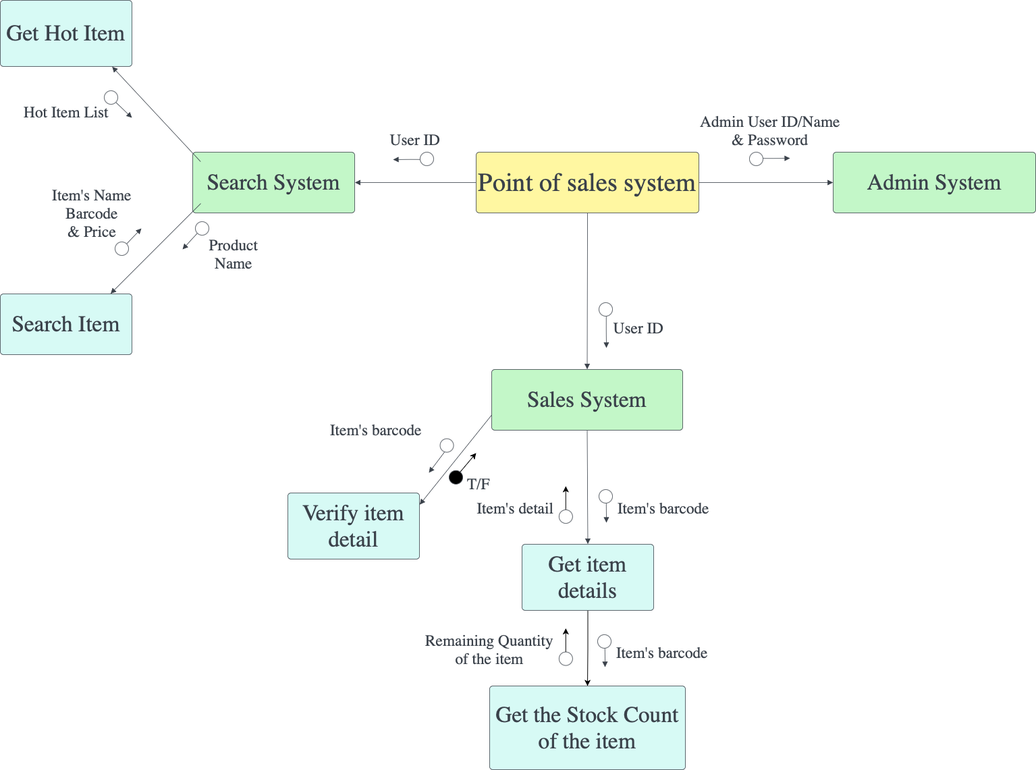
Before: Structure Chart.drawio.png, a diagram exported from draw.io (Charlie102308/SBA_Cloud). Source tidied: cells renumbered, new cells last; positions are measured from the earlier drawing's top-left corner, leaving out a move shared by most shapes.
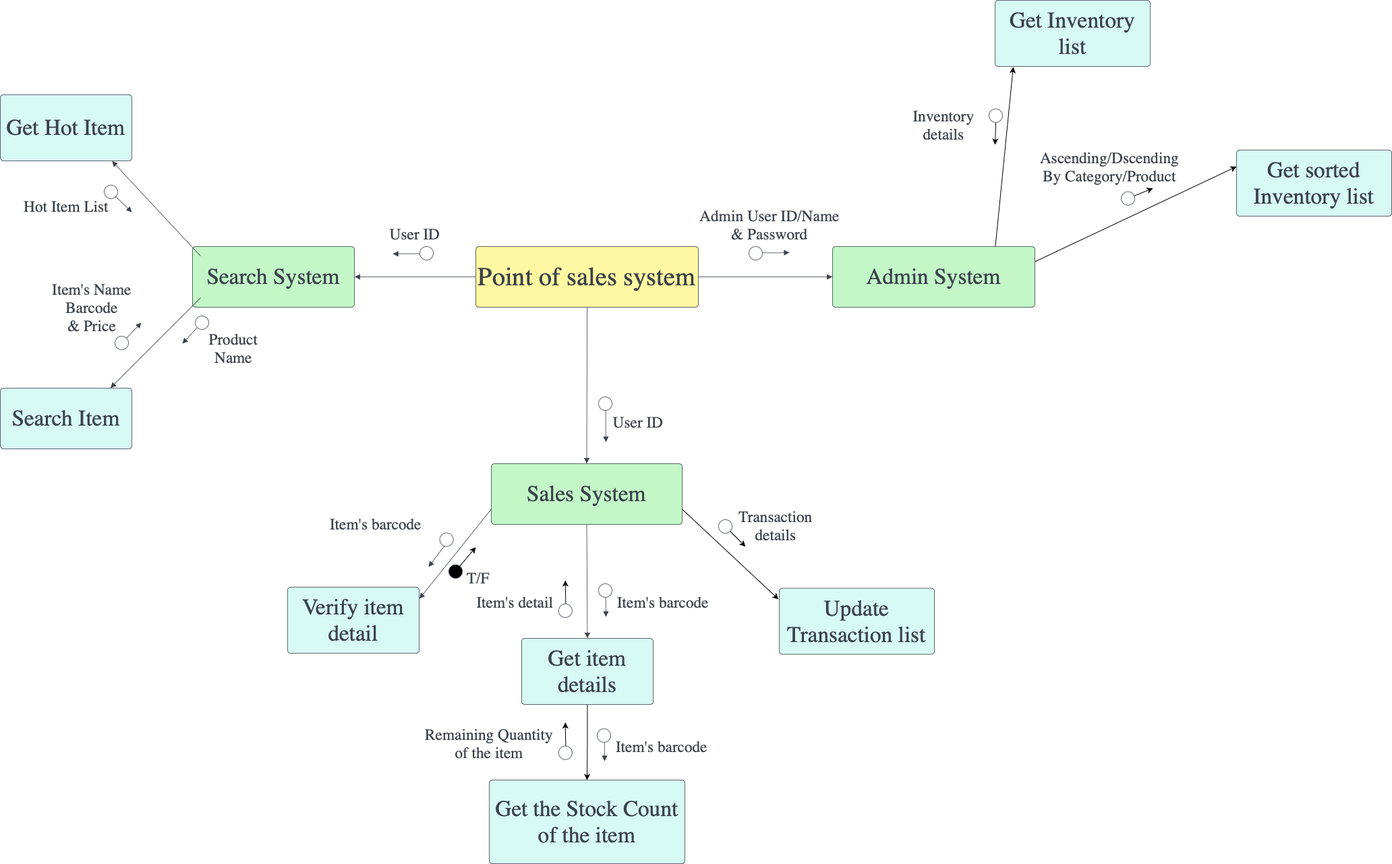
The same file after the commit.

Diff of the diagram source:
```diff
@@ -5,6 +5,9 @@
     <mxCell id="2" value="Point of sales system" style="html=1;overflow=block;blockSpacing=1;whiteSpace=wrap;fontSize=38.3;fontFamily=Liberation Serif;fontColor=#3a414a;spacing=3.8;strokeColor=#3a414a;strokeOpacity=100;fillOpacity=100;rounded=1;absoluteArcSize=1;arcSize=9;fillColor=#fff7a1;strokeWidth=0.8;lucidId=dBlwJSFc3kcC;" parent="1" vertex="1">
       <mxGeometry x="705" y="225" width="330" height="90" as="geometry" />
     </mxCell>
+    <mxCell id="67" style="rounded=0;jettySize=auto;html=1;entryX=-0.005;entryY=0.168;entryDx=0;entryDy=0;entryPerimeter=0;exitX=1;exitY=0.75;exitDx=0;exitDy=0;" parent="1" edge="1" source="3" target="70">
+      <mxGeometry relative="1" as="geometry" />
+    </mxCell>
     <mxCell id="3" value="Sales System" style="html=1;overflow=block;blockSpacing=1;whiteSpace=wrap;fontSize=33.3;fontFamily=Liberation Serif;fontColor=#3a414a;spacing=3.8;strokeColor=#3a414a;strokeOpacity=100;fillOpacity=100;rounded=1;absoluteArcSize=1;arcSize=9;fillColor=#c3f7c8;strokeWidth=0.8;lucidId=tOlwm~v3JJYX;" parent="1" vertex="1">
       <mxGeometry x="728" y="547" width="283" height="90" as="geometry" />
     </mxCell>
@@ -85,6 +88,12 @@
     <mxCell id="26" style="html=1;jettySize=18;whiteSpace=wrap;fontSize=13;strokeColor=#3a414a;strokeOpacity=100;strokeWidth=0.8;rounded=0;startArrow=none;endArrow=block;endFill=1;exitX=0.5;exitY=1.004;exitPerimeter=0;entryX=0.5;entryY=-0.004;entryPerimeter=0;lucidId=sZowDsm93h3P;" parent="1" edge="1" source="2" target="3">
       <mxGeometry relative="1" as="geometry" />
     </mxCell>
+    <mxCell id="68" style="edgeStyle=none;rounded=0;jettySize=auto;html=1;entryX=0.117;entryY=1.009;entryDx=0;entryDy=0;entryPerimeter=0;exitX=0.803;exitY=0.056;exitDx=0;exitDy=0;exitPerimeter=0;" parent="1" edge="1" source="27" target="75">
+      <mxGeometry relative="1" as="geometry" />
+    </mxCell>
+    <mxCell id="69" style="edgeStyle=none;rounded=0;jettySize=auto;html=1;exitX=1;exitY=0.25;exitDx=0;exitDy=0;entryX=0;entryY=0.25;entryDx=0;entryDy=0;" parent="1" edge="1" source="27" target="80">
+      <mxGeometry relative="1" as="geometry" />
+    </mxCell>
     <mxCell id="27" value="Admin System" style="html=1;overflow=block;blockSpacing=1;whiteSpace=wrap;fontSize=33.3;fontFamily=Liberation Serif;fontColor=#3a414a;spacing=3.8;strokeColor=#3a414a;strokeOpacity=100;fillOpacity=100;rounded=1;absoluteArcSize=1;arcSize=9;fillColor=#c3f7c8;strokeWidth=0.8;lucidId=o1owwLro4TEI;" parent="1" vertex="1">
       <mxGeometry x="1234" y="225" width="300" height="90" as="geometry" />
     </mxCell>
@@ -224,5 +233,56 @@
     <mxCell id="66" value="Item's detail" style="text;html=1;strokeColor=none;fillColor=none;align=center;verticalAlign=middle;whiteSpace=wrap;rounded=0;fontSize=23.3;fontFamily=Liberation Serif;fontColor=#3a414a;" parent="1" vertex="1">
       <mxGeometry x="705" y="731.5" width="117" height="43.9" as="geometry" />
     </mxCell>
+    <mxCell id="70" value="Update Transaction list" style="html=1;overflow=block;blockSpacing=1;whiteSpace=wrap;fontSize=33.3;fontFamily=Liberation Serif;fontColor=#3a414a;spacing=9;strokeColor=#3a414a;strokeOpacity=100;fillOpacity=100;rounded=1;absoluteArcSize=1;arcSize=9;fillColor=#d7faf5;strokeWidth=0.8;lucidId=V5owFbRvyP36;" parent="1" vertex="1">
+      <mxGeometry x="1155" y="731.5" width="230" height="98" as="geometry" />
+    </mxCell>
+    <mxCell id="71" style="group;" parent="1" vertex="1">
+      <mxGeometry x="1065" y="630" width="20" height="48.5" as="geometry" />
+    </mxCell>
+    <mxCell id="72" style="rounded=0;jettySize=auto;html=1;exitX=1;exitY=0;exitDx=0;exitDy=0;" parent="71" edge="1" source="73">
+      <mxGeometry relative="1" as="geometry">
+        <mxPoint x="40" y="40" as="targetPoint" />
+      </mxGeometry>
+    </mxCell>
+    <mxCell id="73" style="html=1;overflow=block;blockSpacing=1;whiteSpace=wrap;ellipse;fontSize=13;spacing=3.8;strokeColor=#3a414a;strokeOpacity=100;rounded=1;absoluteArcSize=1;arcSize=9;rotation=90;strokeWidth=0.8;lucidId=Q9owK0.Er2I1;" parent="71" vertex="1">
+      <mxGeometry width="20" height="20" as="geometry" />
+    </mxCell>
+    <mxCell id="74" value="Transaction details" style="html=1;overflow=block;blockSpacing=1;whiteSpace=wrap;fontSize=23.3;fontFamily=Liberation Serif;fontColor=#3a414a;spacing=3.8;strokeOpacity=0;fillOpacity=0;rounded=1;absoluteArcSize=1;arcSize=9;fillColor=#ffffff;strokeWidth=0.8;lucidId=9_owqinzLd9v;" parent="1" vertex="1">
+      <mxGeometry x="1074" y="610" width="152" height="55" as="geometry" />
+    </mxCell>
+    <mxCell id="75" value="Get Inventory list" style="html=1;overflow=block;blockSpacing=1;whiteSpace=wrap;fontSize=33.3;fontFamily=Liberation Serif;fontColor=#3a414a;spacing=9;strokeColor=#3a414a;strokeOpacity=100;fillOpacity=100;rounded=1;absoluteArcSize=1;arcSize=9;fillColor=#d7faf5;strokeWidth=0.8;lucidId=V5owFbRvyP36;" parent="1" vertex="1">
+      <mxGeometry x="1475" y="-140" width="230" height="98" as="geometry" />
+    </mxCell>
+    <mxCell id="76" style="group;rotation=0;" parent="1" vertex="1">
+      <mxGeometry x="1465" y="20" width="20" height="48.5" as="geometry" />
+    </mxCell>
+    <mxCell id="77" style="edgeStyle=none;rounded=0;jettySize=auto;html=1;exitX=1;exitY=0.5;exitDx=0;exitDy=0;" parent="76" edge="1" source="78">
+      <mxGeometry relative="1" as="geometry">
+        <mxPoint x="10" y="54" as="targetPoint" />
+      </mxGeometry>
+    </mxCell>
+    <mxCell id="78" style="html=1;overflow=block;blockSpacing=1;whiteSpace=wrap;ellipse;fontSize=13;spacing=3.8;strokeColor=#3a414a;strokeOpacity=100;rounded=1;absoluteArcSize=1;arcSize=9;rotation=90;strokeWidth=0.8;lucidId=Q9owK0.Er2I1;" parent="76" vertex="1">
+      <mxGeometry x="1" y="1" width="20" height="20" as="geometry" />
+    </mxCell>
+    <mxCell id="79" value="Inventory details" style="html=1;overflow=block;blockSpacing=1;whiteSpace=wrap;fontSize=23.3;fontFamily=Liberation Serif;fontColor=#3a414a;spacing=3.8;strokeOpacity=0;fillOpacity=0;rounded=1;absoluteArcSize=1;arcSize=9;fillColor=#ffffff;strokeWidth=0.8;lucidId=9_owqinzLd9v;" parent="1" vertex="1">
+      <mxGeometry x="1323" y="16.8" width="152" height="55" as="geometry" />
+    </mxCell>
+    <mxCell id="80" value="Get sorted Inventory list" style="html=1;overflow=block;blockSpacing=1;whiteSpace=wrap;fontSize=33.3;fontFamily=Liberation Serif;fontColor=#3a414a;spacing=9;strokeColor=#3a414a;strokeOpacity=100;fillOpacity=100;rounded=1;absoluteArcSize=1;arcSize=9;fillColor=#d7faf5;strokeWidth=0.8;lucidId=V5owFbRvyP36;" parent="1" vertex="1">
+      <mxGeometry x="1833" y="82" width="230" height="98" as="geometry" />
+    </mxCell>
+    <mxCell id="81" style="group;rotation=0;" parent="1" vertex="1">
+      <mxGeometry x="1661" y="142.7" width="20" height="48.5" as="geometry" />
+    </mxCell>
+    <mxCell id="82" style="edgeStyle=none;rounded=0;jettySize=auto;html=1;" parent="81" edge="1" source="83">
+      <mxGeometry relative="1" as="geometry">
+        <mxPoint x="48" y="-4" as="targetPoint" />
+      </mxGeometry>
+    </mxCell>
+    <mxCell id="83" style="html=1;overflow=block;blockSpacing=1;whiteSpace=wrap;ellipse;fontSize=13;spacing=3.8;strokeColor=#3a414a;strokeOpacity=100;rounded=1;absoluteArcSize=1;arcSize=9;rotation=90;strokeWidth=0.8;lucidId=Q9owK0.Er2I1;" parent="81" vertex="1">
+      <mxGeometry x="1" y="1" width="20" height="20" as="geometry" />
+    </mxCell>
+    <mxCell id="84" value="Ascending/Dscending&lt;br&gt;By Category/Product" style="html=1;overflow=block;blockSpacing=1;whiteSpace=wrap;fontSize=23.3;fontFamily=Liberation Serif;fontColor=#3a414a;spacing=3.8;strokeOpacity=0;fillOpacity=0;rounded=1;absoluteArcSize=1;arcSize=9;fillColor=#ffffff;strokeWidth=0.8;lucidId=9_owqinzLd9v;" parent="1" vertex="1">
+      <mxGeometry x="1529" y="78" width="232" height="55" as="geometry" />
+    </mxCell>
   </root>
 </mxGraphModel>
```
